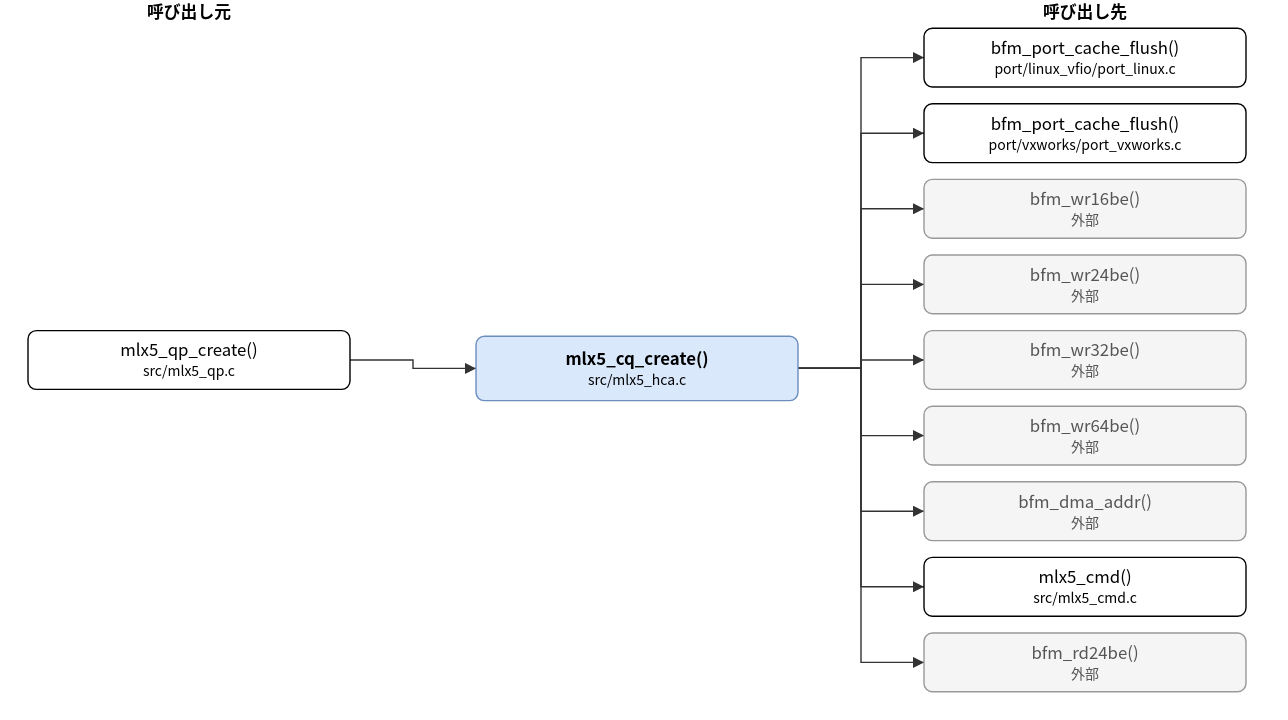
Above: doc/spec/images/call_src_mlx5_hca__mlx5_cq_create.drawio.svg in hf355051012-ai/bfmem (draw.io), before the change. Source tidied: cells renumbered, new cells last; positions are measured from the earlier drawing's top-left corner, leaving out a move shared by most shapes. Source of this version:
```xml
<mxGraphModel>
  <root>
    <mxCell id="0" />
    <mxCell id="1" parent="0" />
    <mxCell id="2" value="mlx5_cq_create()&lt;br&gt;&lt;font style=&quot;font-size:10px&quot;&gt;src/mlx5_hca.c&lt;/font&gt;" style="rounded=1;whiteSpace=wrap;html=1;fillColor=#dae8fc;strokeColor=#6c8ebf;fontStyle=1;" parent="1" vertex="1">
      <mxGeometry x="320" y="240" width="230" height="46" as="geometry" />
    </mxCell>
    <mxCell id="3" value="mlx5_qp_create()&lt;br&gt;&lt;font style=&quot;font-size:10px&quot;&gt;src/mlx5_qp.c&lt;/font&gt;" style="rounded=1;whiteSpace=wrap;html=1;" parent="1" vertex="1">
      <mxGeometry y="236" width="230" height="42" as="geometry" />
    </mxCell>
    <mxCell id="4" value="bfm_port_cache_flush()&lt;br&gt;&lt;font style=&quot;font-size:10px&quot;&gt;port/linux_vfio/port_linux.c&lt;/font&gt;" style="rounded=1;whiteSpace=wrap;html=1;" parent="1" vertex="1">
      <mxGeometry x="640" y="20" width="230" height="42" as="geometry" />
    </mxCell>
    <mxCell id="5" value="bfm_port_cache_flush()&lt;br&gt;&lt;font style=&quot;font-size:10px&quot;&gt;port/vxworks/port_vxworks.c&lt;/font&gt;" style="rounded=1;whiteSpace=wrap;html=1;" parent="1" vertex="1">
      <mxGeometry x="640" y="74" width="230" height="42" as="geometry" />
    </mxCell>
    <mxCell id="6" value="bfm_wr16be()&lt;br&gt;&lt;font style=&quot;font-size:10px&quot;&gt;外部&lt;/font&gt;" style="rounded=1;whiteSpace=wrap;html=1;fillColor=#f5f5f5;strokeColor=#999999;fontColor=#555555;" parent="1" vertex="1">
      <mxGeometry x="640" y="128" width="230" height="42" as="geometry" />
    </mxCell>
    <mxCell id="7" value="bfm_wr24be()&lt;br&gt;&lt;font style=&quot;font-size:10px&quot;&gt;外部&lt;/font&gt;" style="rounded=1;whiteSpace=wrap;html=1;fillColor=#f5f5f5;strokeColor=#999999;fontColor=#555555;" parent="1" vertex="1">
      <mxGeometry x="640" y="182" width="230" height="42" as="geometry" />
    </mxCell>
    <mxCell id="8" value="bfm_wr32be()&lt;br&gt;&lt;font style=&quot;font-size:10px&quot;&gt;外部&lt;/font&gt;" style="rounded=1;whiteSpace=wrap;html=1;fillColor=#f5f5f5;strokeColor=#999999;fontColor=#555555;" parent="1" vertex="1">
      <mxGeometry x="640" y="236" width="230" height="42" as="geometry" />
    </mxCell>
    <mxCell id="9" value="bfm_wr64be()&lt;br&gt;&lt;font style=&quot;font-size:10px&quot;&gt;外部&lt;/font&gt;" style="rounded=1;whiteSpace=wrap;html=1;fillColor=#f5f5f5;strokeColor=#999999;fontColor=#555555;" parent="1" vertex="1">
      <mxGeometry x="640" y="290" width="230" height="42" as="geometry" />
    </mxCell>
    <mxCell id="10" value="bfm_dma_addr()&lt;br&gt;&lt;font style=&quot;font-size:10px&quot;&gt;外部&lt;/font&gt;" style="rounded=1;whiteSpace=wrap;html=1;fillColor=#f5f5f5;strokeColor=#999999;fontColor=#555555;" parent="1" vertex="1">
      <mxGeometry x="640" y="344" width="230" height="42" as="geometry" />
    </mxCell>
    <mxCell id="11" value="mlx5_cmd()&lt;br&gt;&lt;font style=&quot;font-size:10px&quot;&gt;src/mlx5_cmd.c&lt;/font&gt;" style="rounded=1;whiteSpace=wrap;html=1;" parent="1" vertex="1">
      <mxGeometry x="640" y="398" width="230" height="42" as="geometry" />
    </mxCell>
    <mxCell id="12" value="bfm_rd24be()&lt;br&gt;&lt;font style=&quot;font-size:10px&quot;&gt;外部&lt;/font&gt;" style="rounded=1;whiteSpace=wrap;html=1;fillColor=#f5f5f5;strokeColor=#999999;fontColor=#555555;" parent="1" vertex="1">
      <mxGeometry x="640" y="452" width="230" height="42" as="geometry" />
    </mxCell>
    <mxCell id="13" style="edgeStyle=none;html=1;rounded=0;endArrow=block;endFill=1;exitX=1.0000;exitY=0.5000;exitDx=0;exitDy=0;exitPerimeter=0;entryX=0.0000;entryY=0.5000;entryDx=0;entryDy=0;entryPerimeter=0;" parent="1" edge="1" source="3" target="2">
      <mxGeometry relative="1" as="geometry">
        <Array as="points">
          <mxPoint x="275" y="257" />
          <mxPoint x="275" y="263" />
        </Array>
      </mxGeometry>
    </mxCell>
    <mxCell id="14" style="edgeStyle=none;html=1;rounded=0;endArrow=block;endFill=1;exitX=1.0000;exitY=0.5000;exitDx=0;exitDy=0;exitPerimeter=0;entryX=0.0000;entryY=0.5000;entryDx=0;entryDy=0;entryPerimeter=0;" parent="1" edge="1" source="2" target="4">
      <mxGeometry relative="1" as="geometry">
        <Array as="points">
          <mxPoint x="595" y="263" />
          <mxPoint x="595" y="41" />
        </Array>
      </mxGeometry>
    </mxCell>
    <mxCell id="15" style="edgeStyle=none;html=1;rounded=0;endArrow=block;endFill=1;exitX=1.0000;exitY=0.5000;exitDx=0;exitDy=0;exitPerimeter=0;entryX=0.0000;entryY=0.5000;entryDx=0;entryDy=0;entryPerimeter=0;" parent="1" edge="1" source="2" target="5">
      <mxGeometry relative="1" as="geometry">
        <Array as="points">
          <mxPoint x="595" y="263" />
          <mxPoint x="595" y="95" />
        </Array>
      </mxGeometry>
    </mxCell>
    <mxCell id="16" style="edgeStyle=none;html=1;rounded=0;endArrow=block;endFill=1;exitX=1.0000;exitY=0.5000;exitDx=0;exitDy=0;exitPerimeter=0;entryX=0.0000;entryY=0.5000;entryDx=0;entryDy=0;entryPerimeter=0;" parent="1" edge="1" source="2" target="6">
      <mxGeometry relative="1" as="geometry">
        <Array as="points">
          <mxPoint x="595" y="263" />
          <mxPoint x="595" y="149" />
        </Array>
      </mxGeometry>
    </mxCell>
    <mxCell id="17" style="edgeStyle=none;html=1;rounded=0;endArrow=block;endFill=1;exitX=1.0000;exitY=0.5000;exitDx=0;exitDy=0;exitPerimeter=0;entryX=0.0000;entryY=0.5000;entryDx=0;entryDy=0;entryPerimeter=0;" parent="1" edge="1" source="2" target="7">
      <mxGeometry relative="1" as="geometry">
        <Array as="points">
          <mxPoint x="595" y="263" />
          <mxPoint x="595" y="203" />
        </Array>
      </mxGeometry>
    </mxCell>
    <mxCell id="18" style="edgeStyle=none;html=1;rounded=0;endArrow=block;endFill=1;exitX=1.0000;exitY=0.5000;exitDx=0;exitDy=0;exitPerimeter=0;entryX=0.0000;entryY=0.5000;entryDx=0;entryDy=0;entryPerimeter=0;" parent="1" edge="1" source="2" target="8">
      <mxGeometry relative="1" as="geometry">
        <Array as="points">
          <mxPoint x="595" y="263" />
          <mxPoint x="595" y="257" />
        </Array>
      </mxGeometry>
    </mxCell>
    <mxCell id="19" style="edgeStyle=none;html=1;rounded=0;endArrow=block;endFill=1;exitX=1.0000;exitY=0.5000;exitDx=0;exitDy=0;exitPerimeter=0;entryX=0.0000;entryY=0.5000;entryDx=0;entryDy=0;entryPerimeter=0;" parent="1" edge="1" source="2" target="9">
      <mxGeometry relative="1" as="geometry">
        <Array as="points">
          <mxPoint x="595" y="263" />
          <mxPoint x="595" y="311" />
        </Array>
      </mxGeometry>
    </mxCell>
    <mxCell id="20" style="edgeStyle=none;html=1;rounded=0;endArrow=block;endFill=1;exitX=1.0000;exitY=0.5000;exitDx=0;exitDy=0;exitPerimeter=0;entryX=0.0000;entryY=0.5000;entryDx=0;entryDy=0;entryPerimeter=0;" parent="1" edge="1" source="2" target="10">
      <mxGeometry relative="1" as="geometry">
        <Array as="points">
          <mxPoint x="595" y="263" />
          <mxPoint x="595" y="365" />
        </Array>
      </mxGeometry>
    </mxCell>
    <mxCell id="21" style="edgeStyle=none;html=1;rounded=0;endArrow=block;endFill=1;exitX=1.0000;exitY=0.5000;exitDx=0;exitDy=0;exitPerimeter=0;entryX=0.0000;entryY=0.5000;entryDx=0;entryDy=0;entryPerimeter=0;" parent="1" edge="1" source="2" target="11">
      <mxGeometry relative="1" as="geometry">
        <Array as="points">
          <mxPoint x="595" y="263" />
          <mxPoint x="595" y="419" />
        </Array>
      </mxGeometry>
    </mxCell>
    <mxCell id="22" style="edgeStyle=none;html=1;rounded=0;endArrow=block;endFill=1;exitX=1.0000;exitY=0.5000;exitDx=0;exitDy=0;exitPerimeter=0;entryX=0.0000;entryY=0.5000;entryDx=0;entryDy=0;entryPerimeter=0;" parent="1" edge="1" source="2" target="12">
      <mxGeometry relative="1" as="geometry">
        <Array as="points">
          <mxPoint x="595" y="263" />
          <mxPoint x="595" y="473" />
        </Array>
      </mxGeometry>
    </mxCell>
    <mxCell id="23" value="呼び出し元" style="text;html=1;align=center;fontStyle=1;" parent="1" vertex="1">
      <mxGeometry x="35" width="160" height="18" as="geometry" />
    </mxCell>
    <mxCell id="24" value="呼び出し先" style="text;html=1;align=center;fontStyle=1;" parent="1" vertex="1">
      <mxGeometry x="675" width="160" height="18" as="geometry" />
    </mxCell>
  </root>
</mxGraphModel>
```
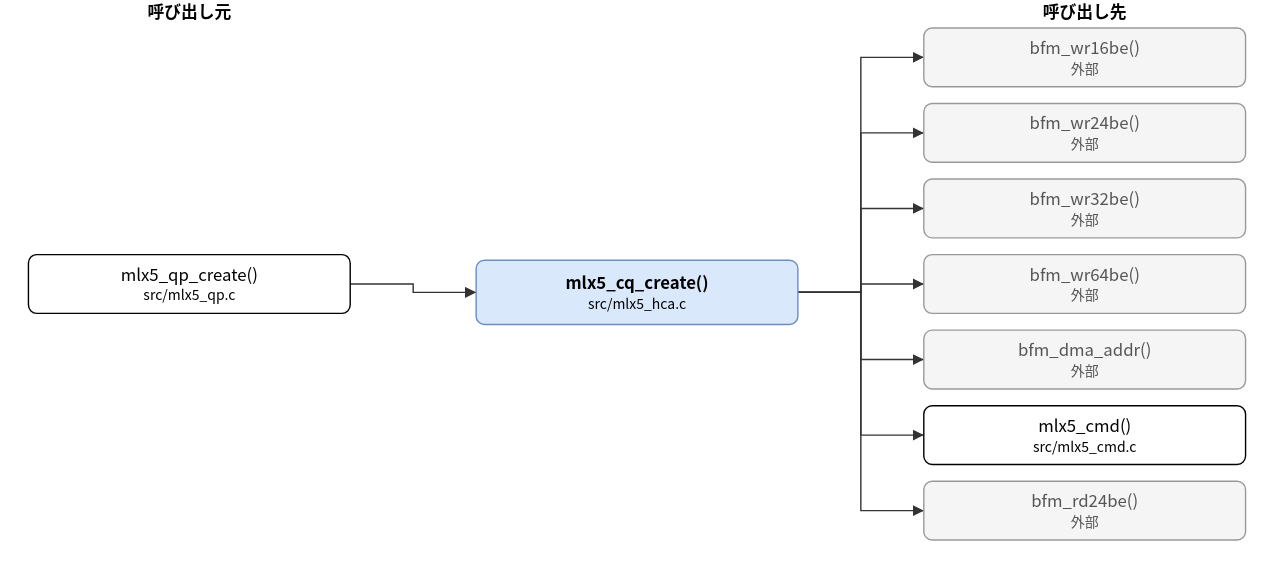
After the change.

The edit, as a diff of the source:
```diff
@@ -3,50 +3,44 @@
     <mxCell id="0" />
     <mxCell id="1" parent="0" />
     <mxCell id="2" value="mlx5_cq_create()&lt;br&gt;&lt;font style=&quot;font-size:10px&quot;&gt;src/mlx5_hca.c&lt;/font&gt;" style="rounded=1;whiteSpace=wrap;html=1;fillColor=#dae8fc;strokeColor=#6c8ebf;fontStyle=1;" parent="1" vertex="1">
-      <mxGeometry x="320" y="240" width="230" height="46" as="geometry" />
+      <mxGeometry x="320" y="186" width="230" height="46" as="geometry" />
     </mxCell>
     <mxCell id="3" value="mlx5_qp_create()&lt;br&gt;&lt;font style=&quot;font-size:10px&quot;&gt;src/mlx5_qp.c&lt;/font&gt;" style="rounded=1;whiteSpace=wrap;html=1;" parent="1" vertex="1">
-      <mxGeometry y="236" width="230" height="42" as="geometry" />
+      <mxGeometry y="182" width="230" height="42" as="geometry" />
     </mxCell>
-    <mxCell id="4" value="bfm_port_cache_flush()&lt;br&gt;&lt;font style=&quot;font-size:10px&quot;&gt;port/linux_vfio/port_linux.c&lt;/font&gt;" style="rounded=1;whiteSpace=wrap;html=1;" parent="1" vertex="1">
+    <mxCell id="4" value="bfm_wr16be()&lt;br&gt;&lt;font style=&quot;font-size:10px&quot;&gt;外部&lt;/font&gt;" style="rounded=1;whiteSpace=wrap;html=1;fillColor=#f5f5f5;strokeColor=#999999;fontColor=#555555;" parent="1" vertex="1">
       <mxGeometry x="640" y="20" width="230" height="42" as="geometry" />
     </mxCell>
-    <mxCell id="5" value="bfm_port_cache_flush()&lt;br&gt;&lt;font style=&quot;font-size:10px&quot;&gt;port/vxworks/port_vxworks.c&lt;/font&gt;" style="rounded=1;whiteSpace=wrap;html=1;" parent="1" vertex="1">
+    <mxCell id="5" value="bfm_wr24be()&lt;br&gt;&lt;font style=&quot;font-size:10px&quot;&gt;外部&lt;/font&gt;" style="rounded=1;whiteSpace=wrap;html=1;fillColor=#f5f5f5;strokeColor=#999999;fontColor=#555555;" parent="1" vertex="1">
       <mxGeometry x="640" y="74" width="230" height="42" as="geometry" />
     </mxCell>
-    <mxCell id="6" value="bfm_wr16be()&lt;br&gt;&lt;font style=&quot;font-size:10px&quot;&gt;外部&lt;/font&gt;" style="rounded=1;whiteSpace=wrap;html=1;fillColor=#f5f5f5;strokeColor=#999999;fontColor=#555555;" parent="1" vertex="1">
+    <mxCell id="6" value="bfm_wr32be()&lt;br&gt;&lt;font style=&quot;font-size:10px&quot;&gt;外部&lt;/font&gt;" style="rounded=1;whiteSpace=wrap;html=1;fillColor=#f5f5f5;strokeColor=#999999;fontColor=#555555;" parent="1" vertex="1">
       <mxGeometry x="640" y="128" width="230" height="42" as="geometry" />
     </mxCell>
-    <mxCell id="7" value="bfm_wr24be()&lt;br&gt;&lt;font style=&quot;font-size:10px&quot;&gt;外部&lt;/font&gt;" style="rounded=1;whiteSpace=wrap;html=1;fillColor=#f5f5f5;strokeColor=#999999;fontColor=#555555;" parent="1" vertex="1">
+    <mxCell id="7" value="bfm_wr64be()&lt;br&gt;&lt;font style=&quot;font-size:10px&quot;&gt;外部&lt;/font&gt;" style="rounded=1;whiteSpace=wrap;html=1;fillColor=#f5f5f5;strokeColor=#999999;fontColor=#555555;" parent="1" vertex="1">
       <mxGeometry x="640" y="182" width="230" height="42" as="geometry" />
     </mxCell>
-    <mxCell id="8" value="bfm_wr32be()&lt;br&gt;&lt;font style=&quot;font-size:10px&quot;&gt;外部&lt;/font&gt;" style="rounded=1;whiteSpace=wrap;html=1;fillColor=#f5f5f5;strokeColor=#999999;fontColor=#555555;" parent="1" vertex="1">
+    <mxCell id="8" value="bfm_dma_addr()&lt;br&gt;&lt;font style=&quot;font-size:10px&quot;&gt;外部&lt;/font&gt;" style="rounded=1;whiteSpace=wrap;html=1;fillColor=#f5f5f5;strokeColor=#999999;fontColor=#555555;" parent="1" vertex="1">
       <mxGeometry x="640" y="236" width="230" height="42" as="geometry" />
     </mxCell>
-    <mxCell id="9" value="bfm_wr64be()&lt;br&gt;&lt;font style=&quot;font-size:10px&quot;&gt;外部&lt;/font&gt;" style="rounded=1;whiteSpace=wrap;html=1;fillColor=#f5f5f5;strokeColor=#999999;fontColor=#555555;" parent="1" vertex="1">
+    <mxCell id="9" value="mlx5_cmd()&lt;br&gt;&lt;font style=&quot;font-size:10px&quot;&gt;src/mlx5_cmd.c&lt;/font&gt;" style="rounded=1;whiteSpace=wrap;html=1;" parent="1" vertex="1">
       <mxGeometry x="640" y="290" width="230" height="42" as="geometry" />
     </mxCell>
-    <mxCell id="10" value="bfm_dma_addr()&lt;br&gt;&lt;font style=&quot;font-size:10px&quot;&gt;外部&lt;/font&gt;" style="rounded=1;whiteSpace=wrap;html=1;fillColor=#f5f5f5;strokeColor=#999999;fontColor=#555555;" parent="1" vertex="1">
+    <mxCell id="10" value="bfm_rd24be()&lt;br&gt;&lt;font style=&quot;font-size:10px&quot;&gt;外部&lt;/font&gt;" style="rounded=1;whiteSpace=wrap;html=1;fillColor=#f5f5f5;strokeColor=#999999;fontColor=#555555;" parent="1" vertex="1">
       <mxGeometry x="640" y="344" width="230" height="42" as="geometry" />
     </mxCell>
-    <mxCell id="11" value="mlx5_cmd()&lt;br&gt;&lt;font style=&quot;font-size:10px&quot;&gt;src/mlx5_cmd.c&lt;/font&gt;" style="rounded=1;whiteSpace=wrap;html=1;" parent="1" vertex="1">
-      <mxGeometry x="640" y="398" width="230" height="42" as="geometry" />
-    </mxCell>
-    <mxCell id="12" value="bfm_rd24be()&lt;br&gt;&lt;font style=&quot;font-size:10px&quot;&gt;外部&lt;/font&gt;" style="rounded=1;whiteSpace=wrap;html=1;fillColor=#f5f5f5;strokeColor=#999999;fontColor=#555555;" parent="1" vertex="1">
-      <mxGeometry x="640" y="452" width="230" height="42" as="geometry" />
-    </mxCell>
     <mxCell id="13" style="edgeStyle=none;html=1;rounded=0;endArrow=block;endFill=1;exitX=1.0000;exitY=0.5000;exitDx=0;exitDy=0;exitPerimeter=0;entryX=0.0000;entryY=0.5000;entryDx=0;entryDy=0;entryPerimeter=0;" parent="1" edge="1" source="3" target="2">
       <mxGeometry relative="1" as="geometry">
         <Array as="points">
-          <mxPoint x="275" y="257" />
-          <mxPoint x="275" y="263" />
+          <mxPoint x="275" y="203" />
+          <mxPoint x="275" y="209" />
         </Array>
       </mxGeometry>
     </mxCell>
     <mxCell id="14" style="edgeStyle=none;html=1;rounded=0;endArrow=block;endFill=1;exitX=1.0000;exitY=0.5000;exitDx=0;exitDy=0;exitPerimeter=0;entryX=0.0000;entryY=0.5000;entryDx=0;entryDy=0;entryPerimeter=0;" parent="1" edge="1" source="2" target="4">
       <mxGeometry relative="1" as="geometry">
         <Array as="points">
-          <mxPoint x="595" y="263" />
+          <mxPoint x="595" y="209" />
           <mxPoint x="595" y="41" />
         </Array>
       </mxGeometry>
@@ -54,7 +48,7 @@
     <mxCell id="15" style="edgeStyle=none;html=1;rounded=0;endArrow=block;endFill=1;exitX=1.0000;exitY=0.5000;exitDx=0;exitDy=0;exitPerimeter=0;entryX=0.0000;entryY=0.5000;entryDx=0;entryDy=0;entryPerimeter=0;" parent="1" edge="1" source="2" target="5">
       <mxGeometry relative="1" as="geometry">
         <Array as="points">
-          <mxPoint x="595" y="263" />
+          <mxPoint x="595" y="209" />
           <mxPoint x="595" y="95" />
         </Array>
       </mxGeometry>
@@ -62,7 +56,7 @@
     <mxCell id="16" style="edgeStyle=none;html=1;rounded=0;endArrow=block;endFill=1;exitX=1.0000;exitY=0.5000;exitDx=0;exitDy=0;exitPerimeter=0;entryX=0.0000;entryY=0.5000;entryDx=0;entryDy=0;entryPerimeter=0;" parent="1" edge="1" source="2" target="6">
       <mxGeometry relative="1" as="geometry">
         <Array as="points">
-          <mxPoint x="595" y="263" />
+          <mxPoint x="595" y="209" />
           <mxPoint x="595" y="149" />
         </Array>
       </mxGeometry>
@@ -70,7 +64,7 @@
     <mxCell id="17" style="edgeStyle=none;html=1;rounded=0;endArrow=block;endFill=1;exitX=1.0000;exitY=0.5000;exitDx=0;exitDy=0;exitPerimeter=0;entryX=0.0000;entryY=0.5000;entryDx=0;entryDy=0;entryPerimeter=0;" parent="1" edge="1" source="2" target="7">
       <mxGeometry relative="1" as="geometry">
         <Array as="points">
-          <mxPoint x="595" y="263" />
+          <mxPoint x="595" y="209" />
           <mxPoint x="595" y="203" />
         </Array>
       </mxGeometry>
@@ -78,7 +72,7 @@
     <mxCell id="18" style="edgeStyle=none;html=1;rounded=0;endArrow=block;endFill=1;exitX=1.0000;exitY=0.5000;exitDx=0;exitDy=0;exitPerimeter=0;entryX=0.0000;entryY=0.5000;entryDx=0;entryDy=0;entryPerimeter=0;" parent="1" edge="1" source="2" target="8">
       <mxGeometry relative="1" as="geometry">
         <Array as="points">
-          <mxPoint x="595" y="263" />
+          <mxPoint x="595" y="209" />
           <mxPoint x="595" y="257" />
         </Array>
       </mxGeometry>
@@ -86,7 +80,7 @@
     <mxCell id="19" style="edgeStyle=none;html=1;rounded=0;endArrow=block;endFill=1;exitX=1.0000;exitY=0.5000;exitDx=0;exitDy=0;exitPerimeter=0;entryX=0.0000;entryY=0.5000;entryDx=0;entryDy=0;entryPerimeter=0;" parent="1" edge="1" source="2" target="9">
       <mxGeometry relative="1" as="geometry">
         <Array as="points">
-          <mxPoint x="595" y="263" />
+          <mxPoint x="595" y="209" />
           <mxPoint x="595" y="311" />
         </Array>
       </mxGeometry>
@@ -94,27 +88,11 @@
     <mxCell id="20" style="edgeStyle=none;html=1;rounded=0;endArrow=block;endFill=1;exitX=1.0000;exitY=0.5000;exitDx=0;exitDy=0;exitPerimeter=0;entryX=0.0000;entryY=0.5000;entryDx=0;entryDy=0;entryPerimeter=0;" parent="1" edge="1" source="2" target="10">
       <mxGeometry relative="1" as="geometry">
         <Array as="points">
-          <mxPoint x="595" y="263" />
+          <mxPoint x="595" y="209" />
           <mxPoint x="595" y="365" />
         </Array>
       </mxGeometry>
     </mxCell>
-    <mxCell id="21" style="edgeStyle=none;html=1;rounded=0;endArrow=block;endFill=1;exitX=1.0000;exitY=0.5000;exitDx=0;exitDy=0;exitPerimeter=0;entryX=0.0000;entryY=0.5000;entryDx=0;entryDy=0;entryPerimeter=0;" parent="1" edge="1" source="2" target="11">
-      <mxGeometry relative="1" as="geometry">
-        <Array as="points">
-          <mxPoint x="595" y="263" />
-          <mxPoint x="595" y="419" />
-        </Array>
-      </mxGeometry>
-    </mxCell>
-    <mxCell id="22" style="edgeStyle=none;html=1;rounded=0;endArrow=block;endFill=1;exitX=1.0000;exitY=0.5000;exitDx=0;exitDy=0;exitPerimeter=0;entryX=0.0000;entryY=0.5000;entryDx=0;entryDy=0;entryPerimeter=0;" parent="1" edge="1" source="2" target="12">
-      <mxGeometry relative="1" as="geometry">
-        <Array as="points">
-          <mxPoint x="595" y="263" />
-          <mxPoint x="595" y="473" />
-        </Array>
-      </mxGeometry>
-    </mxCell>
     <mxCell id="23" value="呼び出し元" style="text;html=1;align=center;fontStyle=1;" parent="1" vertex="1">
       <mxGeometry x="35" width="160" height="18" as="geometry" />
     </mxCell>
```
